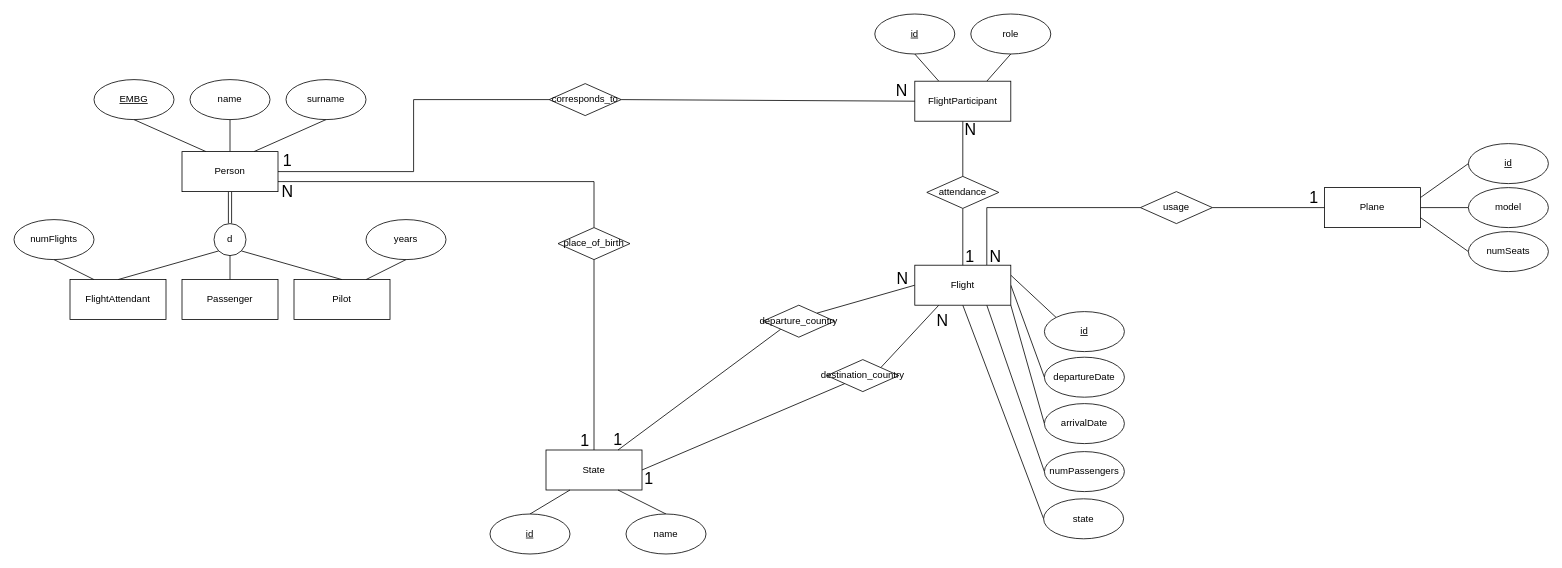
Before: project-material/FlightManagement.drawio in itasevski/AvioManager, a draw.io diagram. Source tidied: cells renumbered, new cells numbered last; positions are measured from the earlier drawing's top-left corner, leaving out a move shared by most shapes. Both pictures are drawn from the tidied source at 80%, with x=0, y=0 at pixel (14, 14).
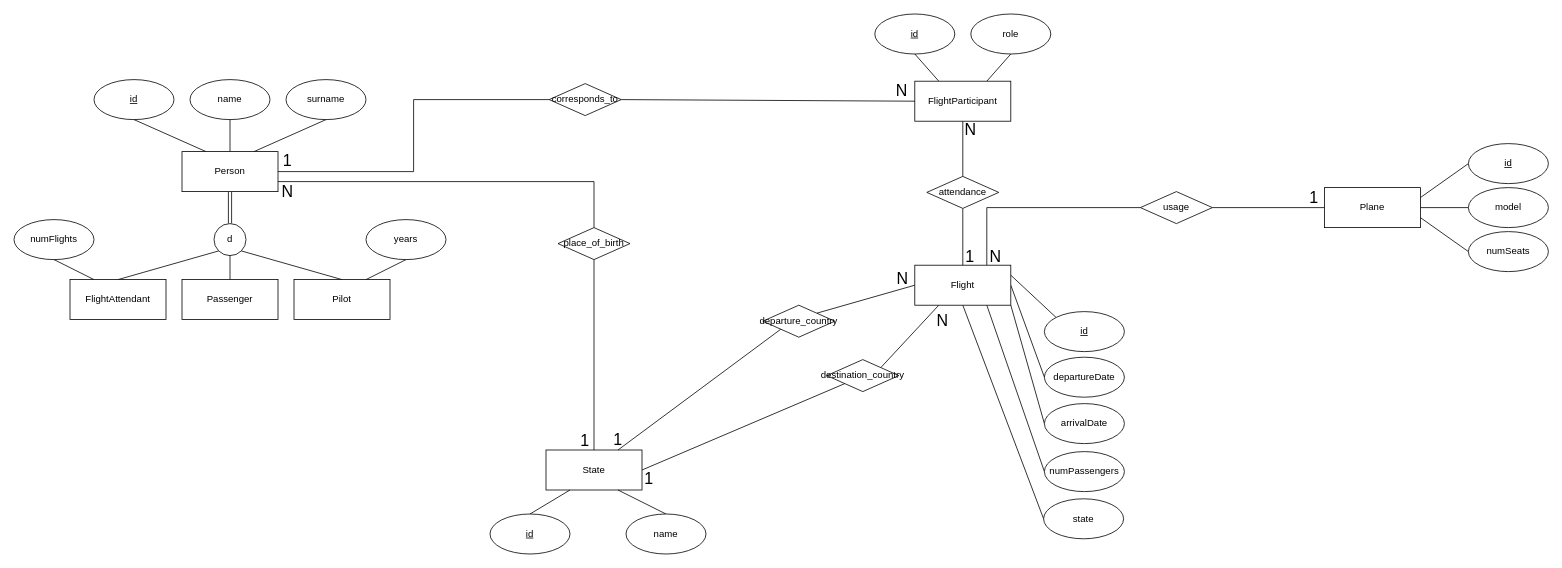
The same page after the edit.

Diff of the diagram source:
```diff
@@
-    <mxCell id="9" value="EMBG" style="ellipse;whiteSpace=wrap;html=1;fontStyle=4;" parent="1" vertex="1">
+    <mxCell id="9" value="id" style="ellipse;whiteSpace=wrap;html=1;fontStyle=4;" parent="1" vertex="1">
       <mxGeometry x="100" y="82" width="100" height="50" as="geometry" />
     </mxCell>
```
